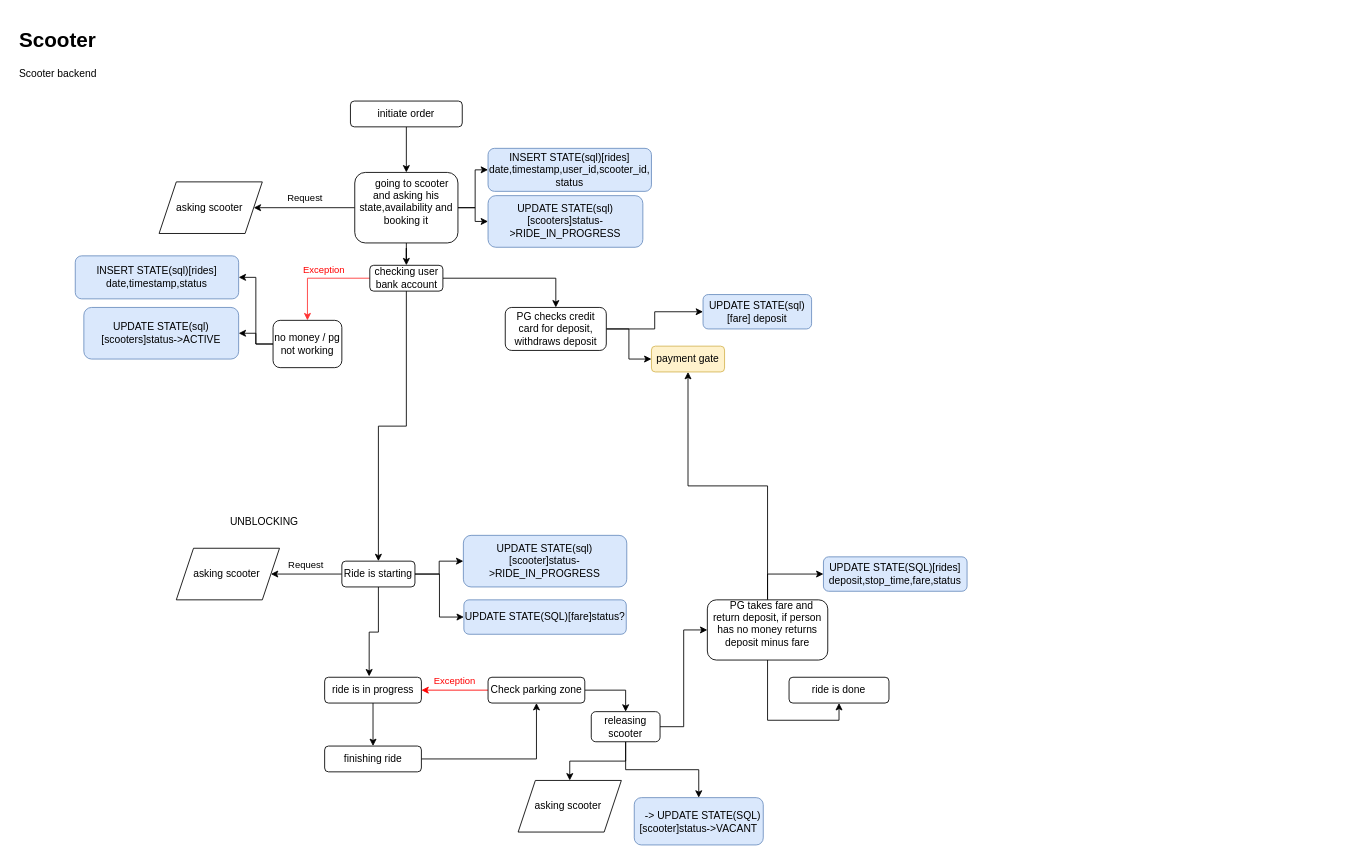
Before: e-scooter[flows].drawio in integer00/diagrams, a draw.io diagram. Source tidied: cells renumbered, new cells numbered last; positions are measured from the earlier drawing's top-left corner, leaving out a move shared by most shapes. Both pictures are drawn from the tidied source at 86%, with x=0, y=0 at pixel (15, 23).
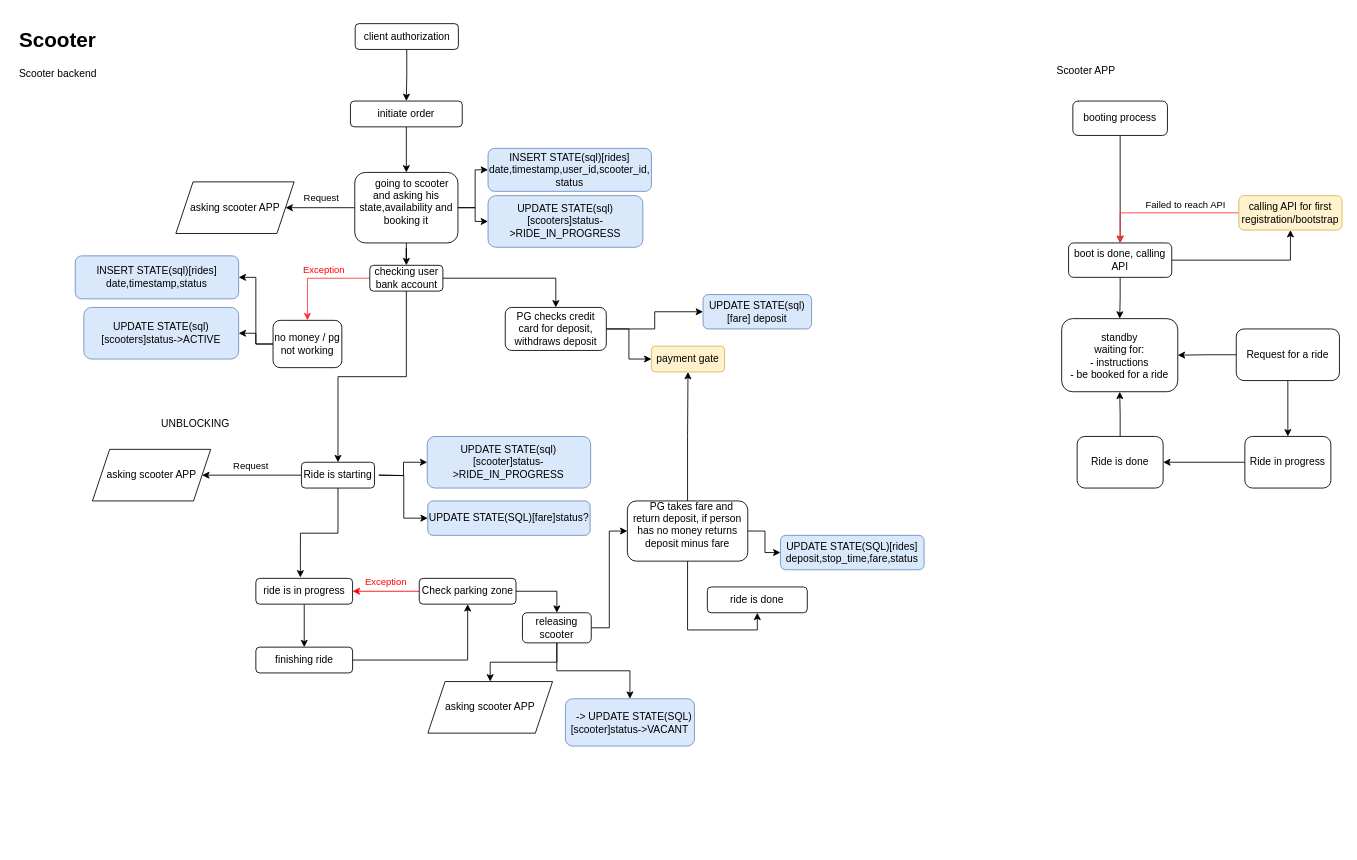
The same page after the edit.

The change refers to these unchanged cells:
```xml
<mxCell id="4" value="initiate order" style="rounded=1;whiteSpace=wrap;html=1;" parent="1" vertex="1">
  <mxGeometry x="390" y="90" width="130" height="30" as="geometry" />
</mxCell>
```

The edit, as a diff of the source:
```diff
@@
     <mxCell id="11" value="ride is in progress" style="rounded=1;whiteSpace=wrap;html=1;" parent="1" vertex="1">
-      <mxGeometry x="360" y="760" width="112.5" height="30" as="geometry" />
+      <mxGeometry x="280" y="645" width="112.5" height="30" as="geometry" />
     </mxCell>
@@
     <mxCell id="13" value="finishing ride" style="rounded=1;whiteSpace=wrap;html=1;" parent="1" vertex="1">
-      <mxGeometry x="360" y="840" width="112.5" height="30" as="geometry" />
+      <mxGeometry x="280" y="725" width="112.5" height="30" as="geometry" />
     </mxCell>
     <mxCell id="14" value="ride is done" style="rounded=1;whiteSpace=wrap;html=1;" parent="1" vertex="1">
-      <mxGeometry x="900" y="760" width="116.2" height="30" as="geometry" />
+      <mxGeometry x="805" y="655" width="116.2" height="30" as="geometry" />
     </mxCell>
@@
     <mxCell id="18" value="&lt;div&gt;&amp;nbsp; &amp;nbsp;PG takes fare and return deposit, if person has no money returns deposit minus fare&lt;/div&gt;&lt;div&gt;&lt;br&gt;&lt;/div&gt;" style="rounded=1;whiteSpace=wrap;html=1;" parent="1" vertex="1">
-      <mxGeometry x="805" y="670" width="140" height="70" as="geometry" />
+      <mxGeometry x="712" y="555" width="140" height="70" as="geometry" />
     </mxCell>
@@
-    <mxCell id="24" style="edgeStyle=orthogonalEdgeStyle;rounded=0;jettySize=auto;html=1;entryX=0;entryY=0.5;entryDx=0;entryDy=0;" parent="1" edge="1" source="28" target="30">
-      <mxGeometry relative="1" as="geometry" />
+    <mxCell id="24" style="edgeStyle=orthogonalEdgeStyle;rounded=0;jettySize=auto;html=1;entryX=0;entryY=0.5;entryDx=0;entryDy=0;" parent="1" edge="1" target="30">
+      <mxGeometry relative="1" as="geometry">
+        <mxPoint x="423" y="525" as="sourcePoint" />
+      </mxGeometry>
     </mxCell>
-    <mxCell id="25" style="edgeStyle=orthogonalEdgeStyle;rounded=0;jettySize=auto;html=1;entryX=0;entryY=0.5;entryDx=0;entryDy=0;" parent="1" edge="1" source="28" target="29">
-      <mxGeometry relative="1" as="geometry" />
+    <mxCell id="25" style="edgeStyle=orthogonalEdgeStyle;rounded=0;jettySize=auto;html=1;entryX=0;entryY=0.5;entryDx=0;entryDy=0;" parent="1" edge="1" target="29">
+      <mxGeometry relative="1" as="geometry">
+        <mxPoint x="423" y="525" as="sourcePoint" />
+      </mxGeometry>
     </mxCell>
@@
     <mxCell id="28" value="Ride is starting" style="rounded=1;whiteSpace=wrap;html=1;" parent="1" vertex="1">
-      <mxGeometry x="380" y="625" width="85" height="30" as="geometry" />
+      <mxGeometry x="333" y="510" width="85" height="30" as="geometry" />
     </mxCell>
     <mxCell id="29" value="UPDATE STATE(sql)[scooter]status-&gt;RIDE_IN_PROGRESS" style="rounded=1;whiteSpace=wrap;html=1;fillColor=#dae8fc;strokeColor=#6c8ebf;" parent="1" vertex="1">
-      <mxGeometry x="521.3" y="595" width="190" height="60" as="geometry" />
+      <mxGeometry x="479.3" y="480" width="190" height="60" as="geometry" />
     </mxCell>
     <mxCell id="30" value="UPDATE STATE(SQL)[fare]status?" style="rounded=1;whiteSpace=wrap;html=1;fillColor=#dae8fc;strokeColor=#6c8ebf;" parent="1" vertex="1">
-      <mxGeometry x="521.9" y="670" width="188.8" height="40" as="geometry" />
+      <mxGeometry x="479.9" y="555" width="188.8" height="40" as="geometry" />
     </mxCell>
     <mxCell id="31" value="&lt;div&gt;&lt;div&gt;&amp;nbsp; &amp;nbsp;-&amp;gt; UPDATE STATE(SQL)[scooter]status-&amp;gt;VACANT&lt;/div&gt;&lt;/div&gt;" style="rounded=1;whiteSpace=wrap;html=1;fillColor=#dae8fc;strokeColor=#6c8ebf;" parent="1" vertex="1">
-      <mxGeometry x="720" y="900" width="150" height="55" as="geometry" />
+      <mxGeometry x="640" y="785" width="150" height="55" as="geometry" />
     </mxCell>
@@
     <mxCell id="34" value="Check parking zone" style="rounded=1;whiteSpace=wrap;html=1;" parent="1" vertex="1">
-      <mxGeometry x="550" y="760" width="112.5" height="30" as="geometry" />
+      <mxGeometry x="470" y="645" width="112.5" height="30" as="geometry" />
     </mxCell>
@@
     <mxCell id="38" value="releasing scooter" style="rounded=1;whiteSpace=wrap;html=1;" parent="1" vertex="1">
-      <mxGeometry x="670" y="800" width="80" height="35" as="geometry" />
+      <mxGeometry x="590" y="685" width="80" height="35" as="geometry" />
     </mxCell>
     <mxCell id="39" value="UPDATE STATE(SQL)[rides] deposit,stop_time,fare,status" style="rounded=1;whiteSpace=wrap;html=1;fillColor=#dae8fc;strokeColor=#6c8ebf;" parent="1" vertex="1">
-      <mxGeometry x="940" y="620" width="167" height="40" as="geometry" />
+      <mxGeometry x="890" y="595" width="167" height="40" as="geometry" />
     </mxCell>
@@
-    <mxCell id="54" value="asking scooter&amp;nbsp;" style="shape=parallelogram;perimeter=parallelogramPerimeter;whiteSpace=wrap;html=1;fixedSize=1;" parent="1" vertex="1">
-      <mxGeometry x="167.5" y="184" width="120" height="60" as="geometry" />
+    <mxCell id="54" value="asking scooter APP" style="shape=parallelogram;perimeter=parallelogramPerimeter;whiteSpace=wrap;html=1;fixedSize=1;" parent="1" vertex="1">
+      <mxGeometry x="187" y="184" width="137.5" height="60" as="geometry" />
     </mxCell>
-    <mxCell id="55" value="asking scooter&amp;nbsp;" style="shape=parallelogram;perimeter=parallelogramPerimeter;whiteSpace=wrap;html=1;fixedSize=1;" parent="1" vertex="1">
-      <mxGeometry x="187.5" y="610" width="120" height="60" as="geometry" />
+    <mxCell id="55" value="asking scooter APP" style="shape=parallelogram;perimeter=parallelogramPerimeter;whiteSpace=wrap;html=1;fixedSize=1;" parent="1" vertex="1">
+      <mxGeometry x="90" y="495" width="137.5" height="60" as="geometry" />
     </mxCell>
     <mxCell id="56" value="UNBLOCKING" style="text;html=1;strokeColor=none;fillColor=none;align=center;verticalAlign=middle;whiteSpace=wrap;rounded=0;" parent="1" vertex="1">
-      <mxGeometry x="260" y="565" width="60" height="30" as="geometry" />
+      <mxGeometry x="180" y="450" width="60" height="30" as="geometry" />
     </mxCell>
-    <mxCell id="57" value="asking scooter&amp;nbsp;" style="shape=parallelogram;perimeter=parallelogramPerimeter;whiteSpace=wrap;html=1;fixedSize=1;" parent="1" vertex="1">
-      <mxGeometry x="585" y="880" width="120" height="60" as="geometry" />
+    <mxCell id="57" value="asking scooter APP" style="shape=parallelogram;perimeter=parallelogramPerimeter;whiteSpace=wrap;html=1;fixedSize=1;" parent="1" vertex="1">
+      <mxGeometry x="480" y="765" width="145" height="60" as="geometry" />
     </mxCell>
+    <mxCell id="58" value="Scooter APP" style="text;html=1;align=center;verticalAlign=middle;strokeColor=none;fillColor=none;" parent="1" vertex="1">
+      <mxGeometry x="1200" y="40" width="90" height="30" as="geometry" />
+    </mxCell>
+    <mxCell id="59" style="edgeStyle=orthogonalEdgeStyle;rounded=0;jettySize=auto;html=1;" parent="1" edge="1" source="60" target="63">
+      <mxGeometry relative="1" as="geometry" />
+    </mxCell>
+    <mxCell id="60" value="booting process" style="rounded=1;whiteSpace=wrap;html=1;" parent="1" vertex="1">
+      <mxGeometry x="1230" y="90" width="110" height="40" as="geometry" />
+    </mxCell>
+    <mxCell id="61" style="edgeStyle=orthogonalEdgeStyle;rounded=0;jettySize=auto;html=1;" parent="1" edge="1" source="63" target="66">
+      <mxGeometry relative="1" as="geometry" />
+    </mxCell>
+    <mxCell id="62" style="edgeStyle=orthogonalEdgeStyle;rounded=0;jettySize=auto;html=1;" parent="1" edge="1" source="63" target="67">
+      <mxGeometry relative="1" as="geometry" />
+    </mxCell>
+    <mxCell id="63" value="boot is done, calling API" style="rounded=1;whiteSpace=wrap;html=1;" parent="1" vertex="1">
+      <mxGeometry x="1225" y="255" width="120" height="40" as="geometry" />
+    </mxCell>
+    <mxCell id="64" style="edgeStyle=orthogonalEdgeStyle;rounded=0;jettySize=auto;html=1;strokeColor=#FF3333;" parent="1" edge="1" source="66" target="63">
+      <mxGeometry relative="1" as="geometry" />
+    </mxCell>
+    <mxCell id="65" value="Failed to reach API" style="edgeLabel;html=1;align=center;verticalAlign=middle;" parent="64" vertex="1">
+      <mxGeometry x="-0.27" y="-1" relative="1" as="geometry">
+        <mxPoint y="-9" as="offset" />
+      </mxGeometry>
+    </mxCell>
+    <mxCell id="66" value="calling API for first registration/bootstrap" style="rounded=1;whiteSpace=wrap;html=1;fillColor=#fff2cc;strokeColor=#d6b656;" parent="1" vertex="1">
+      <mxGeometry x="1423" y="200" width="120" height="40" as="geometry" />
+    </mxCell>
+    <mxCell id="67" value="standby&lt;br&gt;waiting for:&lt;br&gt;- instructions&lt;br&gt;- be booked for a ride" style="rounded=1;whiteSpace=wrap;html=1;" parent="1" vertex="1">
+      <mxGeometry x="1217" y="343" width="135" height="85" as="geometry" />
+    </mxCell>
+    <mxCell id="68" style="edgeStyle=orthogonalEdgeStyle;rounded=0;jettySize=auto;html=1;entryX=1;entryY=0.5;entryDx=0;entryDy=0;" parent="1" edge="1" source="70" target="67">
+      <mxGeometry relative="1" as="geometry" />
+    </mxCell>
+    <mxCell id="69" style="edgeStyle=orthogonalEdgeStyle;rounded=0;jettySize=auto;html=1;" parent="1" edge="1" source="70" target="72">
+      <mxGeometry relative="1" as="geometry" />
+    </mxCell>
+    <mxCell id="70" value="Request for a ride" style="rounded=1;whiteSpace=wrap;html=1;" parent="1" vertex="1">
+      <mxGeometry x="1420" y="355" width="120" height="60" as="geometry" />
+    </mxCell>
+    <mxCell id="71" style="edgeStyle=orthogonalEdgeStyle;rounded=0;jettySize=auto;html=1;" parent="1" edge="1" source="72" target="74">
+      <mxGeometry relative="1" as="geometry" />
+    </mxCell>
+    <mxCell id="72" value="Ride in progress" style="rounded=1;whiteSpace=wrap;html=1;" parent="1" vertex="1">
+      <mxGeometry x="1430" y="480" width="100" height="60" as="geometry" />
+    </mxCell>
+    <mxCell id="73" style="edgeStyle=orthogonalEdgeStyle;rounded=0;jettySize=auto;html=1;" parent="1" edge="1" source="74" target="67">
+      <mxGeometry relative="1" as="geometry" />
+    </mxCell>
+    <mxCell id="74" value="Ride is done" style="rounded=1;whiteSpace=wrap;html=1;" parent="1" vertex="1">
+      <mxGeometry x="1235" y="480" width="100" height="60" as="geometry" />
+    </mxCell>
+    <mxCell id="75" style="edgeStyle=orthogonalEdgeStyle;rounded=0;jettySize=auto;html=1;" parent="1" edge="1" source="76" target="4">
+      <mxGeometry relative="1" as="geometry" />
+    </mxCell>
+    <mxCell id="76" value="client authorization" style="rounded=1;whiteSpace=wrap;html=1;" parent="1" vertex="1">
+      <mxGeometry x="395.5" width="120" height="30" as="geometry" />
+    </mxCell>
```
